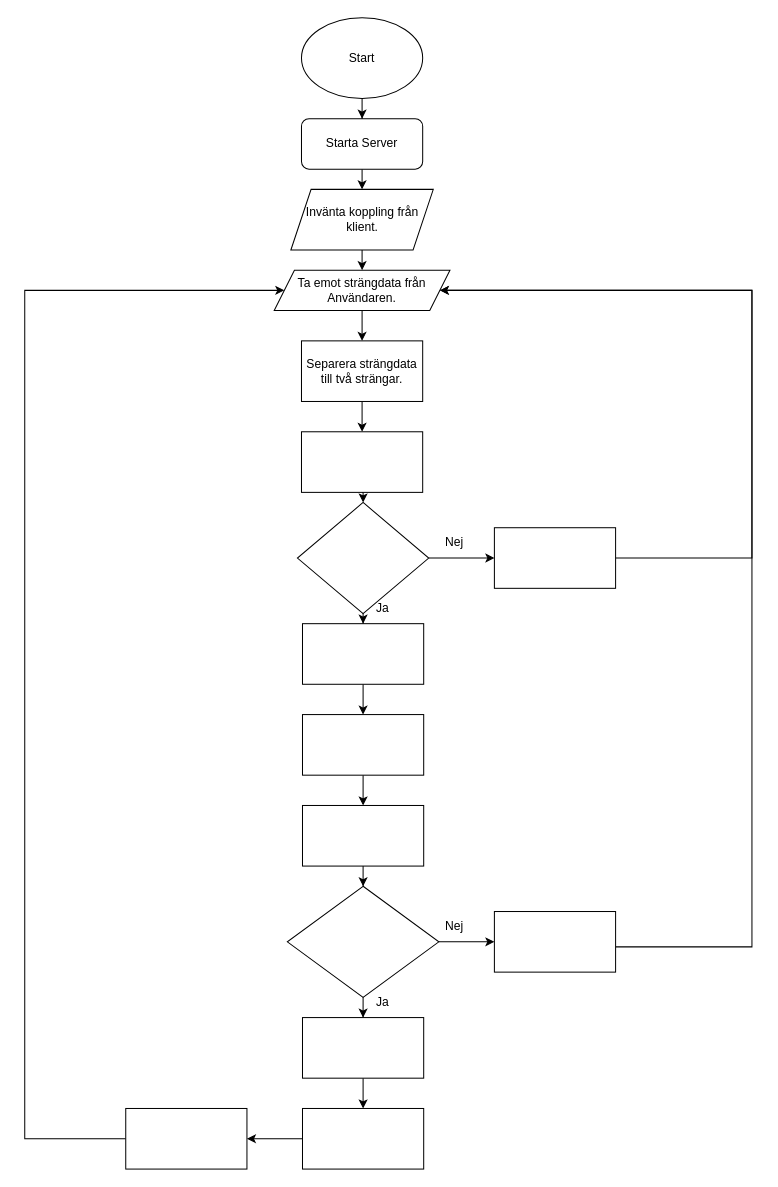
Earlier version of the draw.io diagram Guldkortet Flödesschema.drawio (PBergstrom90/PBergstrom90). Source tidied: cells renumbered, new cells numbered last; positions are measured from the earlier drawing's top-left corner, leaving out a move shared by most shapes. Both pictures are drawn from the tidied source at 101%, with x=0, y=0 at pixel (24, 17).
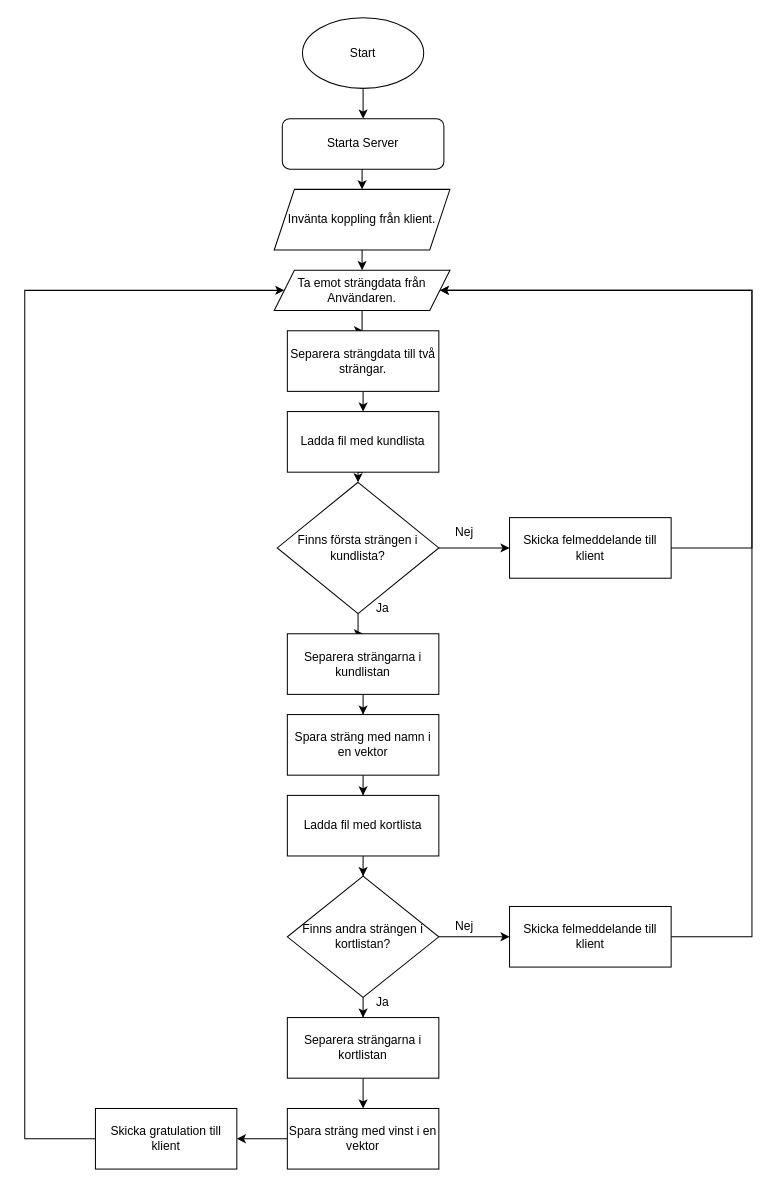
Above is the later version.

The change refers to these unchanged cells:
```xml
<mxCell id="9" value="Ta emot strängdata från Användaren." style="shape=parallelogram;perimeter=parallelogramPerimeter;whiteSpace=wrap;html=1;fixedSize=1;" parent="1" vertex="1">
  <mxGeometry x="247" y="250" width="174" height="40" as="geometry" />
</mxCell>
```

Change to the diagram source:
```diff
@@
     <mxCell id="3" value="Starta Server" style="rounded=1;whiteSpace=wrap;html=1;fontSize=12;glass=0;strokeWidth=1;shadow=0;" parent="1" vertex="1">
-      <mxGeometry x="274" y="100" width="120" height="50" as="geometry" />
+      <mxGeometry x="255" y="100" width="160" height="50" as="geometry" />
     </mxCell>
@@
     <mxCell id="5" value="Start" style="ellipse;whiteSpace=wrap;html=1;" parent="1" vertex="1">
-      <mxGeometry x="274" width="120" height="80" as="geometry" />
+      <mxGeometry x="275" width="120" height="70" as="geometry" />
     </mxCell>
@@
     <mxCell id="7" value="Invänta koppling från klient." style="shape=parallelogram;perimeter=parallelogramPerimeter;whiteSpace=wrap;html=1;fixedSize=1;" parent="1" vertex="1">
-      <mxGeometry x="263.5" y="170" width="141" height="60" as="geometry" />
+      <mxGeometry x="247" y="170" width="174" height="60" as="geometry" />
     </mxCell>
@@
     <mxCell id="11" value="Separera strängdata till två strängar." style="rounded=0;whiteSpace=wrap;html=1;" parent="1" vertex="1">
-      <mxGeometry x="274" y="320" width="120" height="60" as="geometry" />
+      <mxGeometry x="260" y="310" width="150" height="60" as="geometry" />
     </mxCell>
@@
-    <mxCell id="13" style="rounded=0;whiteSpace=wrap;html=1;" parent="1" vertex="1">
-      <mxGeometry x="274" y="410" width="120" height="60" as="geometry" />
+    <mxCell id="13" value="Ladda fil med kundlista" style="rounded=0;whiteSpace=wrap;html=1;" parent="1" vertex="1">
+      <mxGeometry x="260" y="390" width="150" height="60" as="geometry" />
     </mxCell>
@@
-    <mxCell id="16" style="rhombus;whiteSpace=wrap;html=1;" parent="1" vertex="1">
-      <mxGeometry x="270" y="480" width="130" height="110" as="geometry" />
+    <mxCell id="16" value="Finns första strängen i kundlista?" style="rhombus;whiteSpace=wrap;html=1;" parent="1" vertex="1">
+      <mxGeometry x="250" y="460" width="160" height="130" as="geometry" />
     </mxCell>
@@
-    <mxCell id="18" style="rounded=0;whiteSpace=wrap;html=1;" parent="1" vertex="1">
-      <mxGeometry x="275" y="600" width="120" height="60" as="geometry" />
+    <mxCell id="18" value="Separera strängarna i kundlistan" style="rounded=0;whiteSpace=wrap;html=1;" parent="1" vertex="1">
+      <mxGeometry x="260" y="610" width="150" height="60" as="geometry" />
     </mxCell>
@@
-    <mxCell id="20" style="rounded=0;whiteSpace=wrap;html=1;" parent="1" vertex="1">
-      <mxGeometry x="275" y="690" width="120" height="60" as="geometry" />
+    <mxCell id="20" value="Spara sträng med namn i en vektor" style="rounded=0;whiteSpace=wrap;html=1;" parent="1" vertex="1">
+      <mxGeometry x="260" y="690" width="150" height="60" as="geometry" />
     </mxCell>
@@
-    <mxCell id="22" style="rounded=0;whiteSpace=wrap;html=1;" parent="1" vertex="1">
-      <mxGeometry x="275" y="780" width="120" height="60" as="geometry" />
+    <mxCell id="22" value="Ladda fil med kortlista" style="rounded=0;whiteSpace=wrap;html=1;" parent="1" vertex="1">
+      <mxGeometry x="260" y="770" width="150" height="60" as="geometry" />
     </mxCell>
@@
-    <mxCell id="25" style="rhombus;whiteSpace=wrap;html=1;" parent="1" vertex="1">
-      <mxGeometry x="260" y="860" width="150" height="110" as="geometry" />
+    <mxCell id="25" value="Finns andra strängen i kortlistan?" style="rhombus;whiteSpace=wrap;html=1;" parent="1" vertex="1">
+      <mxGeometry x="260" y="850" width="150" height="120" as="geometry" />
     </mxCell>
@@
-    <mxCell id="27" style="rounded=0;whiteSpace=wrap;html=1;" parent="1" vertex="1">
-      <mxGeometry x="275" y="990" width="120" height="60" as="geometry" />
+    <mxCell id="27" value="Separera strängarna i kortlistan" style="rounded=0;whiteSpace=wrap;html=1;" parent="1" vertex="1">
+      <mxGeometry x="260" y="990" width="150" height="60" as="geometry" />
     </mxCell>
@@
-    <mxCell id="29" style="rounded=0;whiteSpace=wrap;html=1;" parent="1" vertex="1">
-      <mxGeometry x="275" y="1080" width="120" height="60" as="geometry" />
+    <mxCell id="29" value="Spara sträng med vinst i en vektor" style="rounded=0;whiteSpace=wrap;html=1;" parent="1" vertex="1">
+      <mxGeometry x="260" y="1080" width="150" height="60" as="geometry" />
     </mxCell>
@@
-    <mxCell id="31" style="whiteSpace=wrap;html=1;rounded=0;" parent="1" vertex="1">
-      <mxGeometry x="100" y="1080" width="120" height="60" as="geometry" />
+    <mxCell id="31" value="Skicka gratulation till klient" style="whiteSpace=wrap;html=1;rounded=0;" parent="1" vertex="1">
+      <mxGeometry x="70" y="1080" width="140" height="60" as="geometry" />
     </mxCell>
     <mxCell id="32" style="edgeStyle=orthogonalEdgeStyle;rounded=0;jettySize=auto;html=1;entryX=1;entryY=0.5;entryDx=0;entryDy=0;" parent="1" edge="1" source="33" target="9">
       <mxGeometry relative="1" as="geometry">
         <Array as="points">
-          <mxPoint x="720" y="920" />
+          <mxPoint x="720" y="910" />
           <mxPoint x="720" y="270" />
         </Array>
       </mxGeometry>
     </mxCell>
-    <mxCell id="33" style="whiteSpace=wrap;html=1;" parent="1" vertex="1">
-      <mxGeometry x="465" y="885" width="120" height="60" as="geometry" />
+    <mxCell id="33" value="Skicka felmeddelande till klient" style="whiteSpace=wrap;html=1;" parent="1" vertex="1">
+      <mxGeometry x="480" y="880" width="160" height="60" as="geometry" />
     </mxCell>
     <mxCell id="34" style="edgeStyle=orthogonalEdgeStyle;rounded=0;jettySize=auto;html=1;entryX=1;entryY=0.5;entryDx=0;entryDy=0;" parent="1" edge="1" source="35" target="9">
       <mxGeometry relative="1" as="geometry">
         <Array as="points">
-          <mxPoint x="720" y="535" />
+          <mxPoint x="720" y="525" />
           <mxPoint x="720" y="270" />
         </Array>
       </mxGeometry>
     </mxCell>
-    <mxCell id="35" style="whiteSpace=wrap;html=1;" parent="1" vertex="1">
-      <mxGeometry x="465" y="505" width="120" height="60" as="geometry" />
+    <mxCell id="35" value="Skicka felmeddelande till klient" style="whiteSpace=wrap;html=1;" parent="1" vertex="1">
+      <mxGeometry x="480" y="495" width="160" height="60" as="geometry" />
     </mxCell>
     <mxCell id="36" value="Nej" style="text;html=1;align=center;verticalAlign=middle;strokeColor=none;fillColor=none;" parent="1" vertex="1">
-      <mxGeometry x="404.5" y="505" width="40" height="30" as="geometry" />
+      <mxGeometry x="415" y="495" width="40" height="30" as="geometry" />
     </mxCell>
@@
     <mxCell id="39" value="Nej" style="text;html=1;align=center;verticalAlign=middle;strokeColor=none;fillColor=none;" parent="1" vertex="1">
-      <mxGeometry x="404.5" y="885" width="40" height="30" as="geometry" />
+      <mxGeometry x="415" y="885" width="40" height="30" as="geometry" />
     </mxCell>
```
